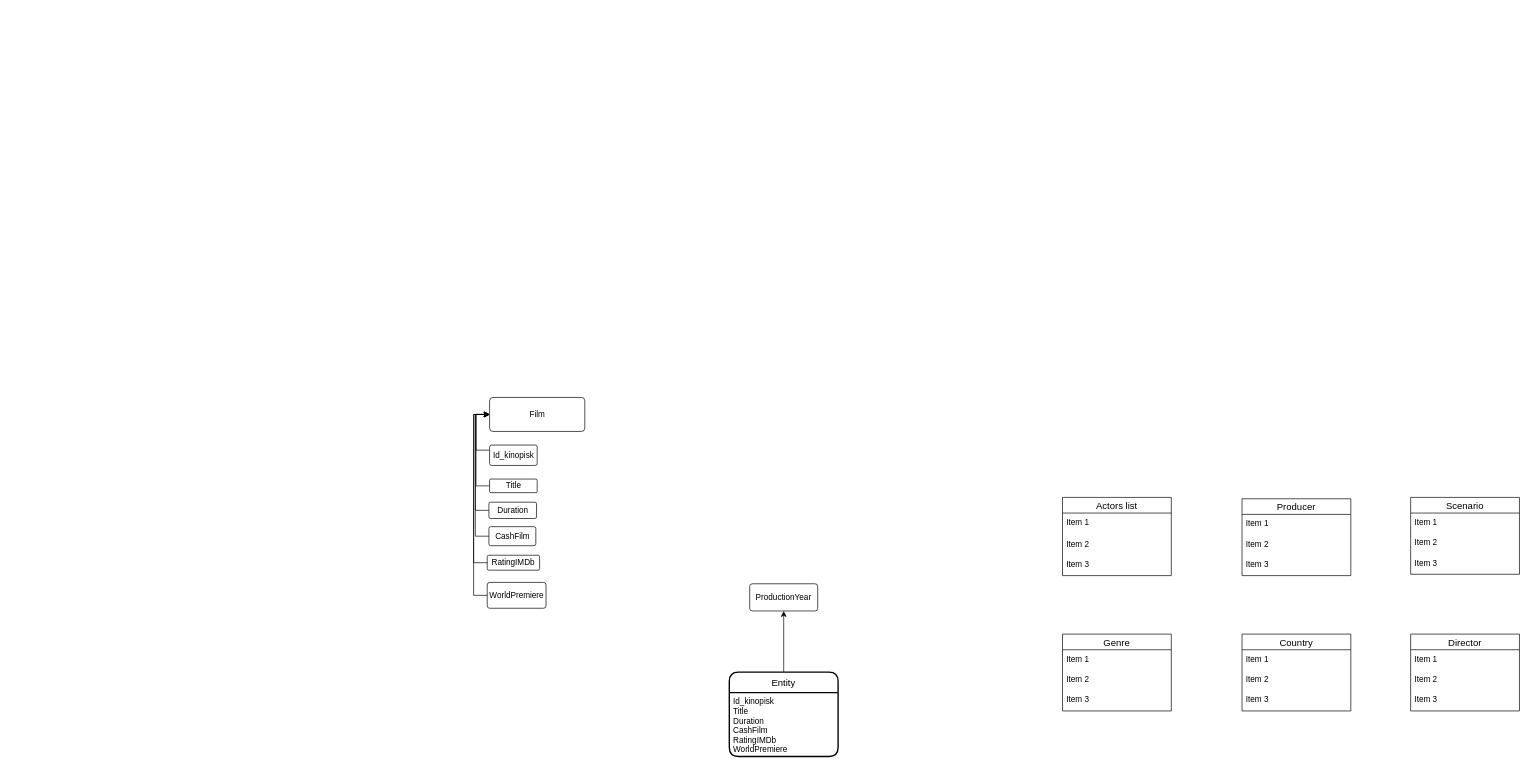
This is laravel/prosto-films/database/dataBaseFilms.drawio from Romron/Back_End, a draw.io file, before an edit. Source tidied: cells renumbered, new cells numbered last; positions are measured from the earlier drawing's top-left corner, leaving out a move shared by most shapes. Both pictures are drawn from the tidied source at 68%, with x=0, y=0 at pixel (487, 397).
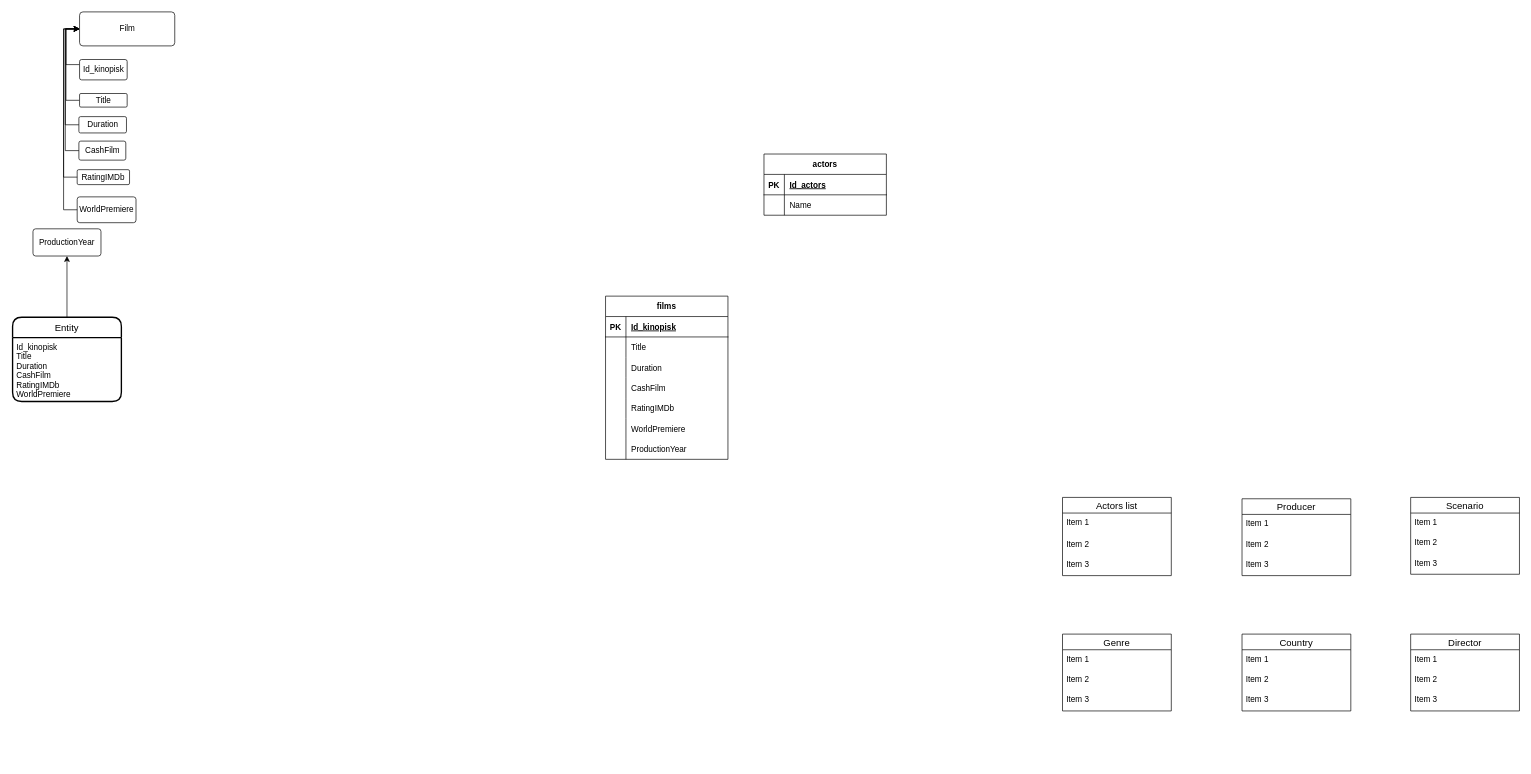
The same diagram, later.

The edit, as a diff of the source:
```diff
@@
     <mxCell id="2" value="ProductionYear" style="rounded=1;arcSize=10;whiteSpace=wrap;html=1;align=center;" parent="1" vertex="1">
-      <mxGeometry x="386" y="274" width="100" height="40" as="geometry" />
+      <mxGeometry x="-668" y="-248" width="100" height="40" as="geometry" />
     </mxCell>
@@
     <mxCell id="4" value="Entity" style="swimlane;horizontal=1;startSize=30;rounded=1;fontSize=14;fontStyle=0;strokeWidth=2;shadow=0;dashed=0;align=center;" parent="1" vertex="1">
-      <mxGeometry x="356" y="404" width="160" height="124" as="geometry" />
+      <mxGeometry x="-698" y="-118" width="160" height="124" as="geometry" />
     </mxCell>
@@
     <mxCell id="7" style="group;" parent="1" vertex="1">
-      <mxGeometry width="143.5" height="310" as="geometry" />
+      <mxGeometry x="-603" y="-567" width="143.5" height="310" as="geometry" />
     </mxCell>
@@
+    <mxCell id="45" value="actors" style="shape=table;startSize=30;childLayout=tableLayout;rowLines=0;fontStyle=1;align=center;" parent="1" vertex="1">
+      <mxGeometry x="407" y="-358" width="180" height="90" as="geometry" />
+    </mxCell>
+    <mxCell id="46" style="shape=tableRow;horizontal=0;startSize=0;swimlaneHead=0;swimlaneBody=0;fillColor=none;top=0;left=0;right=0;bottom=1;" parent="45" vertex="1">
+      <mxGeometry y="30" width="180" height="30" as="geometry" />
+    </mxCell>
+    <mxCell id="47" value="PK" style="shape=partialRectangle;fillColor=none;top=0;left=0;bottom=0;right=0;fontStyle=1;overflow=hidden;" parent="46" vertex="1">
+      <mxGeometry width="30" height="30" as="geometry" />
+    </mxCell>
+    <mxCell id="48" value="Id_actors" style="shape=partialRectangle;fillColor=none;top=0;left=0;bottom=0;right=0;align=left;spacingLeft=6;fontStyle=5;overflow=hidden;" parent="46" vertex="1">
+      <mxGeometry x="30" width="150" height="30" as="geometry" />
+    </mxCell>
+    <mxCell id="49" style="shape=tableRow;horizontal=0;startSize=0;swimlaneHead=0;swimlaneBody=0;fillColor=none;top=0;left=0;right=0;bottom=0;" parent="45" vertex="1">
+      <mxGeometry y="60" width="180" height="30" as="geometry" />
+    </mxCell>
+    <mxCell id="50" style="shape=partialRectangle;fillColor=none;top=0;left=0;bottom=0;right=0;overflow=hidden;" parent="49" vertex="1">
+      <mxGeometry width="30" height="30" as="geometry" />
+    </mxCell>
+    <mxCell id="51" value="Name" style="shape=partialRectangle;fillColor=none;top=0;left=0;bottom=0;right=0;align=left;spacingLeft=6;overflow=hidden;" parent="49" vertex="1">
+      <mxGeometry x="30" width="150" height="30" as="geometry" />
+    </mxCell>
+    <mxCell id="52" value="films" style="shape=table;startSize=30;childLayout=tableLayout;rowLines=0;fontStyle=1;align=center;" parent="1" vertex="1">
+      <mxGeometry x="174" y="-149" width="180" height="240" as="geometry" />
+    </mxCell>
+    <mxCell id="53" style="shape=tableRow;horizontal=0;startSize=0;swimlaneHead=0;swimlaneBody=0;fillColor=none;top=0;left=0;right=0;bottom=1;" parent="52" vertex="1">
+      <mxGeometry y="30" width="180" height="30" as="geometry" />
+    </mxCell>
+    <mxCell id="54" value="PK" style="shape=partialRectangle;fillColor=none;top=0;left=0;bottom=0;right=0;fontStyle=1;overflow=hidden;" parent="53" vertex="1">
+      <mxGeometry width="30" height="30" as="geometry" />
+    </mxCell>
+    <mxCell id="55" value="Id_kinopisk" style="shape=partialRectangle;fillColor=none;top=0;left=0;bottom=0;right=0;align=left;spacingLeft=6;fontStyle=5;overflow=hidden;" parent="53" vertex="1">
+      <mxGeometry x="30" width="150" height="30" as="geometry" />
+    </mxCell>
+    <mxCell id="56" style="shape=tableRow;horizontal=0;startSize=0;swimlaneHead=0;swimlaneBody=0;fillColor=none;top=0;left=0;right=0;bottom=0;" parent="52" vertex="1">
+      <mxGeometry y="60" width="180" height="30" as="geometry" />
+    </mxCell>
+    <mxCell id="57" style="shape=partialRectangle;fillColor=none;top=0;left=0;bottom=0;right=0;overflow=hidden;" parent="56" vertex="1">
+      <mxGeometry width="30" height="30" as="geometry" />
+    </mxCell>
+    <mxCell id="58" value="Title" style="shape=partialRectangle;fillColor=none;top=0;left=0;bottom=0;right=0;align=left;spacingLeft=6;overflow=hidden;" parent="56" vertex="1">
+      <mxGeometry x="30" width="150" height="30" as="geometry" />
+    </mxCell>
+    <mxCell id="59" style="shape=tableRow;horizontal=0;startSize=0;swimlaneHead=0;swimlaneBody=0;fillColor=none;top=0;left=0;right=0;bottom=0;" parent="52" vertex="1">
+      <mxGeometry y="90" width="180" height="30" as="geometry" />
+    </mxCell>
+    <mxCell id="60" style="shape=partialRectangle;fillColor=none;top=0;left=0;bottom=0;right=0;overflow=hidden;" parent="59" vertex="1">
+      <mxGeometry width="30" height="30" as="geometry" />
+    </mxCell>
+    <mxCell id="61" value="Duration" style="shape=partialRectangle;fillColor=none;top=0;left=0;bottom=0;right=0;align=left;spacingLeft=6;overflow=hidden;" parent="59" vertex="1">
+      <mxGeometry x="30" width="150" height="30" as="geometry" />
+    </mxCell>
+    <mxCell id="62" style="shape=tableRow;horizontal=0;startSize=0;swimlaneHead=0;swimlaneBody=0;fillColor=none;top=0;left=0;right=0;bottom=0;" parent="52" vertex="1">
+      <mxGeometry y="120" width="180" height="30" as="geometry" />
+    </mxCell>
+    <mxCell id="63" style="shape=partialRectangle;fillColor=none;top=0;left=0;bottom=0;right=0;overflow=hidden;" parent="62" vertex="1">
+      <mxGeometry width="30" height="30" as="geometry" />
+    </mxCell>
+    <mxCell id="64" value="CashFilm" style="shape=partialRectangle;fillColor=none;top=0;left=0;bottom=0;right=0;align=left;spacingLeft=6;overflow=hidden;" parent="62" vertex="1">
+      <mxGeometry x="30" width="150" height="30" as="geometry" />
+    </mxCell>
+    <mxCell id="65" style="shape=tableRow;horizontal=0;startSize=0;swimlaneHead=0;swimlaneBody=0;fillColor=none;top=0;left=0;right=0;bottom=0;" parent="52" vertex="1">
+      <mxGeometry y="150" width="180" height="30" as="geometry" />
+    </mxCell>
+    <mxCell id="66" style="shape=partialRectangle;fillColor=none;top=0;left=0;bottom=0;right=0;overflow=hidden;" parent="65" vertex="1">
+      <mxGeometry width="30" height="30" as="geometry" />
+    </mxCell>
+    <mxCell id="67" value="RatingIMDb" style="shape=partialRectangle;fillColor=none;top=0;left=0;bottom=0;right=0;align=left;spacingLeft=6;overflow=hidden;" parent="65" vertex="1">
+      <mxGeometry x="30" width="150" height="30" as="geometry" />
+    </mxCell>
+    <mxCell id="68" style="shape=tableRow;horizontal=0;startSize=0;swimlaneHead=0;swimlaneBody=0;fillColor=none;top=0;left=0;right=0;bottom=0;" parent="52" vertex="1">
+      <mxGeometry y="180" width="180" height="30" as="geometry" />
+    </mxCell>
+    <mxCell id="69" style="shape=partialRectangle;fillColor=none;top=0;left=0;bottom=0;right=0;overflow=hidden;" parent="68" vertex="1">
+      <mxGeometry width="30" height="30" as="geometry" />
+    </mxCell>
+    <mxCell id="70" value="WorldPremiere" style="shape=partialRectangle;fillColor=none;top=0;left=0;bottom=0;right=0;align=left;spacingLeft=6;overflow=hidden;" parent="68" vertex="1">
+      <mxGeometry x="30" width="150" height="30" as="geometry" />
+    </mxCell>
+    <mxCell id="71" style="shape=tableRow;horizontal=0;startSize=0;swimlaneHead=0;swimlaneBody=0;fillColor=none;top=0;left=0;right=0;bottom=0;" parent="52" vertex="1">
+      <mxGeometry y="210" width="180" height="30" as="geometry" />
+    </mxCell>
+    <mxCell id="72" style="shape=partialRectangle;fillColor=none;top=0;left=0;bottom=0;right=0;overflow=hidden;" parent="71" vertex="1">
+      <mxGeometry width="30" height="30" as="geometry" />
+    </mxCell>
+    <mxCell id="73" value="ProductionYear" style="shape=partialRectangle;fillColor=none;top=0;left=0;bottom=0;right=0;align=left;spacingLeft=6;overflow=hidden;" parent="71" vertex="1">
+      <mxGeometry x="30" width="150" height="30" as="geometry" />
+    </mxCell>
```
